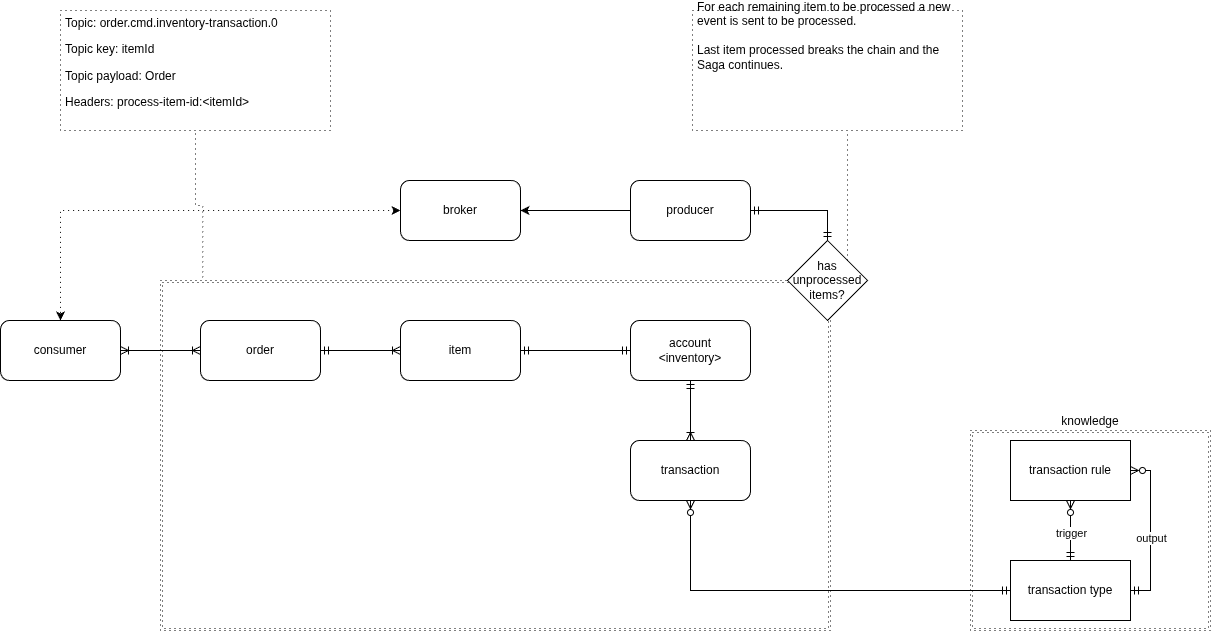
This is .docs/images/saga__inventory_transactions.png from jotabrc/densha_eda_express, a draw.io export, as it was before one commit. Source tidied: cells renumbered, new cells last; positions are measured from the earlier drawing's top-left corner, leaving out a move shared by most shapes. Its diagram source:
```xml
<mxGraphModel>
  <root>
    <mxCell id="0" />
    <mxCell id="1" parent="0" />
    <mxCell id="2" style="shape=ext;double=1;rounded=0;whiteSpace=wrap;html=1;dashed=1;dashPattern=1 4;fillColor=none;labelPosition=center;verticalLabelPosition=top;align=center;verticalAlign=bottom;" parent="1" vertex="1">
      <mxGeometry x="160" y="270" width="670" height="350" as="geometry" />
    </mxCell>
    <mxCell id="3" value="knowledge" style="shape=ext;double=1;rounded=0;whiteSpace=wrap;html=1;dashed=1;dashPattern=1 4;fillColor=none;labelPosition=center;verticalLabelPosition=top;align=center;verticalAlign=bottom;" parent="1" vertex="1">
      <mxGeometry x="970" y="420" width="240" height="200" as="geometry" />
    </mxCell>
    <mxCell id="4" style="edgeStyle=orthogonalEdgeStyle;rounded=0;jettySize=auto;html=1;exitX=0.063;exitY=-0.009;exitDx=0;exitDy=0;entryX=0.5;entryY=1;entryDx=0;entryDy=0;endArrow=none;endFill=0;dashed=1;exitPerimeter=0;dashPattern=1 4;" parent="1" edge="1" source="2" target="20">
      <mxGeometry relative="1" as="geometry" />
    </mxCell>
    <mxCell id="5" style="edgeStyle=orthogonalEdgeStyle;rounded=0;jettySize=auto;html=1;entryX=0;entryY=0.5;entryDx=0;entryDy=0;startArrow=ERoneToMany;startFill=0;endArrow=ERoneToMany;endFill=0;" parent="1" edge="1" source="6" target="10">
      <mxGeometry relative="1" as="geometry" />
    </mxCell>
    <mxCell id="6" value="consumer" style="rounded=1;whiteSpace=wrap;html=1;" parent="1" vertex="1">
      <mxGeometry y="310" width="120" height="60" as="geometry" />
    </mxCell>
    <mxCell id="7" value="account&lt;br&gt;&amp;lt;inventory&amp;gt;" style="rounded=1;whiteSpace=wrap;html=1;" parent="1" vertex="1">
      <mxGeometry x="630" y="310" width="120" height="60" as="geometry" />
    </mxCell>
    <mxCell id="8" style="edgeStyle=orthogonalEdgeStyle;rounded=0;jettySize=auto;html=1;startArrow=ERmandOne;startFill=0;endArrow=ERmandOne;endFill=0;exitX=1;exitY=0.5;exitDx=0;exitDy=0;" parent="1" edge="1" source="21" target="7">
      <mxGeometry relative="1" as="geometry" />
    </mxCell>
    <mxCell id="9" style="edgeStyle=orthogonalEdgeStyle;rounded=0;jettySize=auto;html=1;startArrow=ERmandOne;startFill=0;endArrow=ERoneToMany;endFill=0;" parent="1" edge="1" source="10" target="21">
      <mxGeometry relative="1" as="geometry" />
    </mxCell>
    <mxCell id="10" value="order" style="rounded=1;whiteSpace=wrap;html=1;" parent="1" vertex="1">
      <mxGeometry x="200" y="310" width="120" height="60" as="geometry" />
    </mxCell>
    <mxCell id="11" style="edgeStyle=orthogonalEdgeStyle;rounded=0;jettySize=auto;html=1;startArrow=ERmandOne;startFill=0;endArrow=ERzeroToMany;endFill=0;" parent="1" edge="1" source="13" target="19">
      <mxGeometry relative="1" as="geometry" />
    </mxCell>
    <mxCell id="12" value="trigger" style="edgeLabel;html=1;align=center;verticalAlign=middle;" parent="11" vertex="1">
      <mxGeometry x="-0.07" relative="1" as="geometry" />
    </mxCell>
    <mxCell id="13" value="transaction type" style="rounded=0;whiteSpace=wrap;html=1;" parent="1" vertex="1">
      <mxGeometry x="1010" y="550" width="120" height="60" as="geometry" />
    </mxCell>
    <mxCell id="14" style="edgeStyle=orthogonalEdgeStyle;rounded=0;jettySize=auto;html=1;endArrow=ERmandOne;endFill=0;startArrow=ERzeroToMany;startFill=0;exitX=0.5;exitY=1;exitDx=0;exitDy=0;entryX=0;entryY=0.5;entryDx=0;entryDy=0;" parent="1" edge="1" source="16" target="13">
      <mxGeometry relative="1" as="geometry" />
    </mxCell>
    <mxCell id="15" style="edgeStyle=orthogonalEdgeStyle;rounded=0;jettySize=auto;html=1;startArrow=ERoneToMany;startFill=0;endArrow=ERmandOne;endFill=0;" parent="1" edge="1" source="16" target="7">
      <mxGeometry relative="1" as="geometry" />
    </mxCell>
    <mxCell id="16" value="transaction" style="rounded=1;whiteSpace=wrap;html=1;" parent="1" vertex="1">
      <mxGeometry x="630" y="430" width="120" height="60" as="geometry" />
    </mxCell>
    <mxCell id="17" style="edgeStyle=orthogonalEdgeStyle;rounded=0;jettySize=auto;html=1;entryX=1;entryY=0.5;entryDx=0;entryDy=0;exitX=1;exitY=0.5;exitDx=0;exitDy=0;startArrow=ERzeroToMany;startFill=0;endArrow=ERmandOne;endFill=0;" parent="1" edge="1" source="19" target="13">
      <mxGeometry relative="1" as="geometry" />
    </mxCell>
    <mxCell id="18" value="output" style="edgeLabel;html=1;align=center;verticalAlign=middle;" parent="17" vertex="1">
      <mxGeometry x="0.09" relative="1" as="geometry" />
    </mxCell>
    <mxCell id="19" value="transaction rule" style="rounded=0;whiteSpace=wrap;html=1;" parent="1" vertex="1">
      <mxGeometry x="1010" y="430" width="120" height="60" as="geometry" />
    </mxCell>
    <mxCell id="20" value="&lt;h1&gt;&lt;/h1&gt;&lt;p&gt;Topic: order.cmd.inventory-transaction.0&lt;/p&gt;&lt;p&gt;Topic key: itemId&lt;/p&gt;&lt;p&gt;Topic payload: Order&lt;/p&gt;&lt;p&gt;Headers: process-item-id:&amp;lt;itemId&amp;gt;&lt;/p&gt;" style="text;html=1;strokeColor=default;fillColor=none;spacing=5;spacingTop=-20;whiteSpace=wrap;overflow=hidden;rounded=0;dashed=1;dashPattern=1 4;" parent="1" vertex="1">
      <mxGeometry x="60" width="270" height="120" as="geometry" />
    </mxCell>
    <mxCell id="21" value="item" style="rounded=1;whiteSpace=wrap;html=1;" parent="1" vertex="1">
      <mxGeometry x="400" y="310" width="120" height="60" as="geometry" />
    </mxCell>
    <mxCell id="22" style="edgeStyle=orthogonalEdgeStyle;rounded=0;jettySize=auto;html=1;exitX=0.5;exitY=0;exitDx=0;exitDy=0;endArrow=ERmandOne;endFill=0;startArrow=ERmandOne;startFill=0;entryX=1;entryY=0.5;entryDx=0;entryDy=0;" parent="1" edge="1" source="23" target="27">
      <mxGeometry relative="1" as="geometry" />
    </mxCell>
    <mxCell id="23" value="has unprocessed items?" style="rhombus;whiteSpace=wrap;html=1;" parent="1" vertex="1">
      <mxGeometry x="787" y="230" width="80" height="80" as="geometry" />
    </mxCell>
    <mxCell id="24" value="For each remaining item to be processed a new event is sent to be processed.&lt;br&gt;&lt;br&gt;Last item processed breaks the chain and the Saga continues.&lt;br&gt;&lt;h1&gt;&lt;/h1&gt;&lt;p&gt;&lt;/p&gt;" style="text;html=1;strokeColor=default;fillColor=none;spacing=5;spacingTop=-20;whiteSpace=wrap;overflow=hidden;rounded=0;dashed=1;dashPattern=1 4;" parent="1" vertex="1">
      <mxGeometry x="692" width="270" height="120" as="geometry" />
    </mxCell>
    <mxCell id="25" style="edgeStyle=orthogonalEdgeStyle;rounded=0;jettySize=auto;html=1;exitX=1;exitY=0;exitDx=0;exitDy=0;entryX=0.574;entryY=1.025;entryDx=0;entryDy=0;entryPerimeter=0;endArrow=none;endFill=0;dashed=1;dashPattern=1 4;" parent="1" edge="1" source="23" target="24">
      <mxGeometry relative="1" as="geometry" />
    </mxCell>
    <mxCell id="26" style="edgeStyle=orthogonalEdgeStyle;rounded=0;jettySize=auto;html=1;entryX=1;entryY=0.5;entryDx=0;entryDy=0;" parent="1" edge="1" source="27" target="29">
      <mxGeometry relative="1" as="geometry" />
    </mxCell>
    <mxCell id="27" value="producer" style="rounded=1;whiteSpace=wrap;html=1;" parent="1" vertex="1">
      <mxGeometry x="630" y="170" width="120" height="60" as="geometry" />
    </mxCell>
    <mxCell id="28" style="edgeStyle=orthogonalEdgeStyle;rounded=0;jettySize=auto;html=1;entryX=0.5;entryY=0;entryDx=0;entryDy=0;startArrow=classic;startFill=1;dashed=1;dashPattern=1 4;" parent="1" edge="1" source="29" target="6">
      <mxGeometry relative="1" as="geometry" />
    </mxCell>
    <mxCell id="29" value="broker" style="rounded=1;whiteSpace=wrap;html=1;" parent="1" vertex="1">
      <mxGeometry x="400" y="170" width="120" height="60" as="geometry" />
    </mxCell>
  </root>
</mxGraphModel>
```
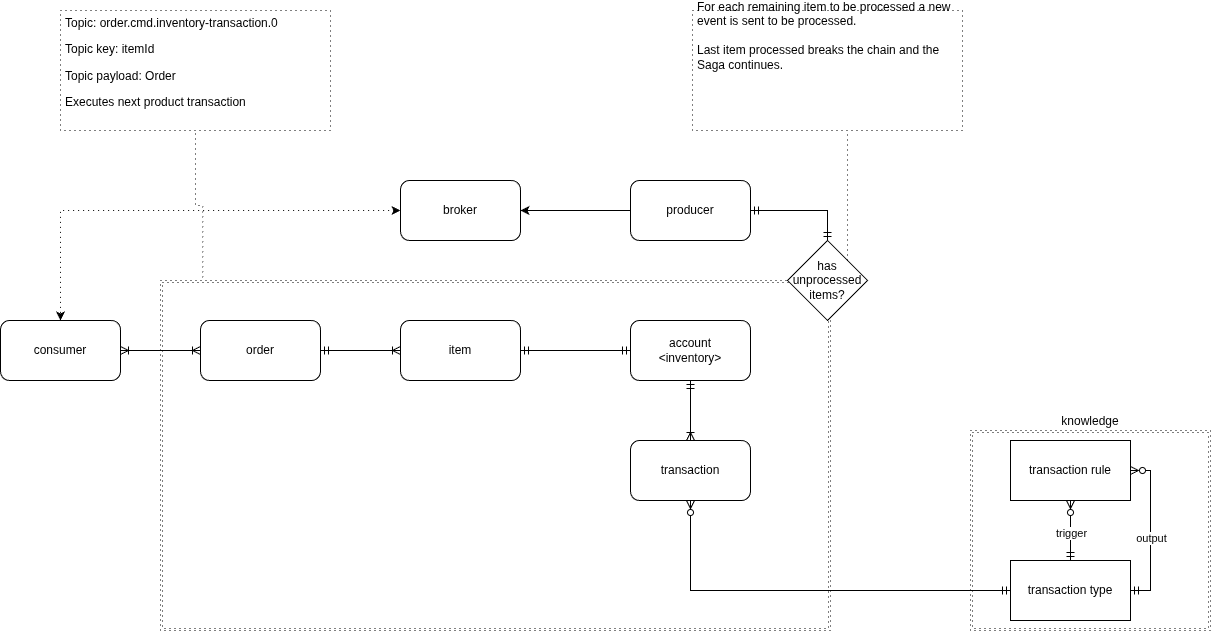
Later version of the same file.

Diff of the diagram source:
```diff
@@ -56,7 +56,7 @@
     <mxCell id="19" value="transaction rule" style="rounded=0;whiteSpace=wrap;html=1;" parent="1" vertex="1">
       <mxGeometry x="1010" y="430" width="120" height="60" as="geometry" />
     </mxCell>
-    <mxCell id="20" value="&lt;h1&gt;&lt;/h1&gt;&lt;p&gt;Topic: order.cmd.inventory-transaction.0&lt;/p&gt;&lt;p&gt;Topic key: itemId&lt;/p&gt;&lt;p&gt;Topic payload: Order&lt;/p&gt;&lt;p&gt;Headers: process-item-id:&amp;lt;itemId&amp;gt;&lt;/p&gt;" style="text;html=1;strokeColor=default;fillColor=none;spacing=5;spacingTop=-20;whiteSpace=wrap;overflow=hidden;rounded=0;dashed=1;dashPattern=1 4;" parent="1" vertex="1">
+    <mxCell id="20" value="&lt;h1&gt;&lt;/h1&gt;&lt;p&gt;Topic: order.cmd.inventory-transaction.0&lt;/p&gt;&lt;p&gt;Topic key: itemId&lt;/p&gt;&lt;p&gt;Topic payload: Order&lt;/p&gt;&lt;p&gt;Executes next product transaction&lt;/p&gt;" style="text;html=1;strokeColor=default;fillColor=none;spacing=5;spacingTop=-20;whiteSpace=wrap;overflow=hidden;rounded=0;dashed=1;dashPattern=1 4;" parent="1" vertex="1">
       <mxGeometry x="60" width="270" height="120" as="geometry" />
     </mxCell>
     <mxCell id="21" value="item" style="rounded=1;whiteSpace=wrap;html=1;" parent="1" vertex="1">
```
